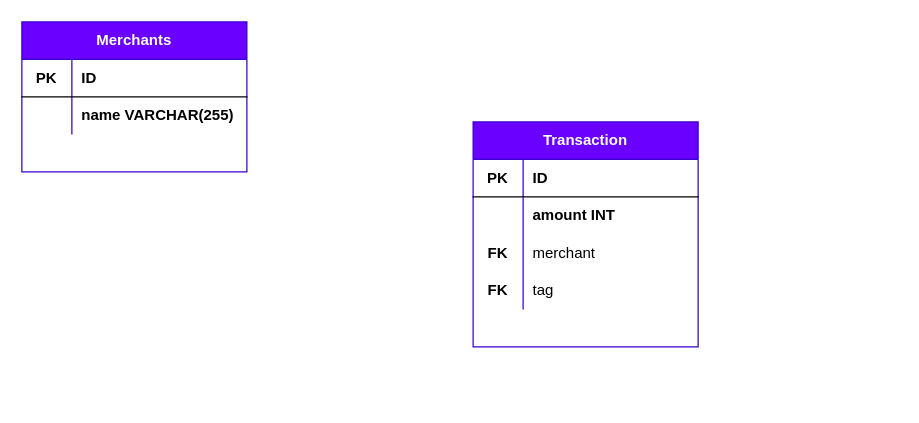
Earlier version of the draw.io diagram planning/planning.drawio (Astra-Gal/budgie_budget_python). Source tidied: cells renumbered, new cells numbered last; positions are measured from the earlier drawing's top-left corner, leaving out a move shared by most shapes. Both pictures are drawn from the tidied source at 125%, with x=0, y=0 at pixel (21, 21).
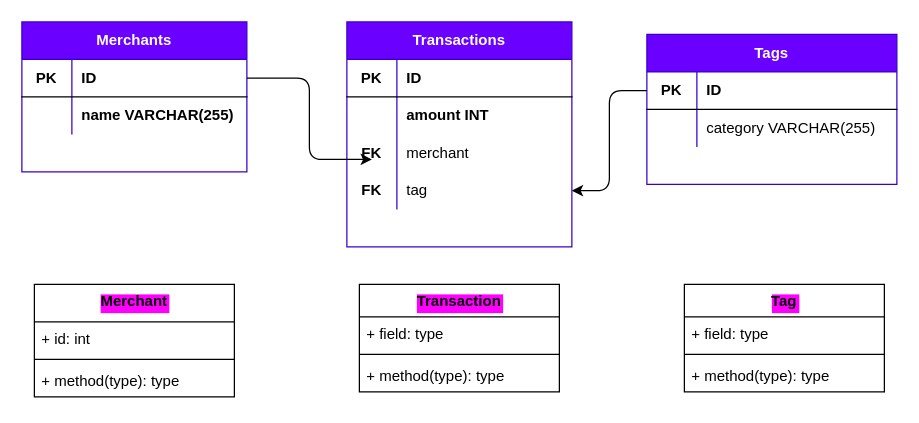
After the change.

Unchanged cells that the change refers to:
```xml
<mxCell id="3" style="shape=partialRectangle;html=1;whiteSpace=wrap;fillColor=none;top=0;left=0;bottom=1;right=0;points=[[0,0.5],[1,0.5]];portConstraint=eastwest;fontStyle=1;" parent="2" vertex="1">
  <mxGeometry y="30" width="180" height="30" as="geometry" />
</mxCell>
<mxCell id="19" style="shape=partialRectangle;html=1;whiteSpace=wrap;fillColor=none;top=0;left=0;bottom=0;right=0;points=[[0,0.5],[1,0.5]];portConstraint=eastwest;fontStyle=1;" parent="9" vertex="1">
  <mxGeometry y="120" width="180" height="30" as="geometry" />
</mxCell>
```

The edit, as a diff of the source:
```diff
@@
-    <mxCell id="9" value="Transaction" style="shape=table;html=1;whiteSpace=wrap;startSize=30;childLayout=tableLayout;rowLines=0;fontStyle=1;align=center;fillColor=#6a00ff;strokeColor=#3700CC;fontColor=#ffffff;" parent="1" vertex="1">
-      <mxGeometry x="361" y="80" width="180" height="180" as="geometry" />
+    <mxCell id="9" value="Transactions" style="shape=table;html=1;whiteSpace=wrap;startSize=30;childLayout=tableLayout;rowLines=0;fontStyle=1;align=center;fillColor=#6a00ff;strokeColor=#3700CC;fontColor=#ffffff;" parent="1" vertex="1">
+      <mxGeometry x="260" width="180" height="180" as="geometry" />
     </mxCell>
@@
+    <mxCell id="22" value="Tags" style="shape=table;html=1;whiteSpace=wrap;startSize=30;childLayout=tableLayout;rowLines=0;fontStyle=1;align=center;fillColor=#6a00ff;strokeColor=#3700CC;fontColor=#ffffff;" parent="1" vertex="1">
+      <mxGeometry x="500" y="10" width="200" height="120" as="geometry" />
+    </mxCell>
+    <mxCell id="23" style="shape=partialRectangle;html=1;whiteSpace=wrap;fillColor=none;top=0;left=0;bottom=1;right=0;points=[[0,0.5],[1,0.5]];portConstraint=eastwest;fontStyle=0;" parent="22" vertex="1">
+      <mxGeometry y="30" width="200" height="30" as="geometry" />
+    </mxCell>
+    <mxCell id="24" value="&lt;b&gt;PK&lt;/b&gt;" style="shape=partialRectangle;html=1;whiteSpace=wrap;fillColor=none;top=0;left=0;bottom=0;right=0;overflow=hidden;" parent="23" vertex="1">
+      <mxGeometry width="40" height="30" as="geometry" />
+    </mxCell>
+    <mxCell id="25" value="&lt;b&gt;ID&lt;/b&gt;" style="shape=partialRectangle;html=1;whiteSpace=wrap;fillColor=none;top=0;left=0;bottom=0;right=0;align=left;spacingLeft=6;overflow=hidden;" parent="23" vertex="1">
+      <mxGeometry x="40" width="160" height="30" as="geometry" />
+    </mxCell>
+    <mxCell id="26" style="shape=partialRectangle;html=1;whiteSpace=wrap;fillColor=none;top=0;left=0;bottom=0;right=0;" parent="22" vertex="1">
+      <mxGeometry y="60" width="200" height="30" as="geometry" />
+    </mxCell>
+    <mxCell id="27" style="shape=partialRectangle;html=1;whiteSpace=wrap;fillColor=none;top=0;left=0;bottom=0;right=0;overflow=hidden;" parent="26" vertex="1">
+      <mxGeometry width="40" height="30" as="geometry" />
+    </mxCell>
+    <mxCell id="28" value="category VARCHAR(255)" style="shape=partialRectangle;html=1;whiteSpace=wrap;fillColor=none;top=0;left=0;bottom=0;right=0;align=left;spacingLeft=6;overflow=hidden;" parent="26" vertex="1">
+      <mxGeometry x="40" width="160" height="30" as="geometry" />
+    </mxCell>
+    <mxCell id="29" style="edgeStyle=elbowEdgeStyle;elbow=horizontal;endArrow=classic;html=1;exitX=1;exitY=0.5;exitDx=0;exitDy=0;" parent="1" edge="1" source="3">
+      <mxGeometry relative="1" as="geometry">
+        <mxPoint x="280" y="110" as="targetPoint" />
+      </mxGeometry>
+    </mxCell>
+    <mxCell id="30" style="edgeStyle=elbowEdgeStyle;elbow=horizontal;endArrow=classic;html=1;exitX=0;exitY=0.5;exitDx=0;exitDy=0;entryX=1;entryY=0.5;entryDx=0;entryDy=0;" parent="1" edge="1" source="23" target="19">
+      <mxGeometry relative="1" as="geometry" />
+    </mxCell>
+    <mxCell id="31" value="Merchant" style="swimlane;fontStyle=1;align=center;verticalAlign=top;horizontal=1;startSize=30;labelBackgroundColor=#FF00FF;" parent="1" vertex="1">
+      <mxGeometry x="10" y="210" width="160" height="90" as="geometry" />
+    </mxCell>
+    <mxCell id="32" value="+ id: int" style="text;strokeColor=none;fillColor=none;align=left;verticalAlign=top;spacingLeft=4;spacingRight=4;overflow=hidden;" parent="31" vertex="1">
+      <mxGeometry y="30" width="160" height="26" as="geometry" />
+    </mxCell>
+    <mxCell id="33" style="line;strokeWidth=1;fillColor=none;align=left;verticalAlign=middle;spacingTop=-1;spacingLeft=3;spacingRight=3;labelPosition=right;" parent="31" vertex="1">
+      <mxGeometry y="56" width="160" height="8" as="geometry" />
+    </mxCell>
+    <mxCell id="34" value="+ method(type): type" style="text;strokeColor=none;fillColor=none;align=left;verticalAlign=top;spacingLeft=4;spacingRight=4;overflow=hidden;" parent="31" vertex="1">
+      <mxGeometry y="64" width="160" height="26" as="geometry" />
+    </mxCell>
+    <mxCell id="35" value="Transaction" style="swimlane;fontStyle=1;align=center;verticalAlign=top;horizontal=1;startSize=26;labelBackgroundColor=#FF00FF;" parent="1" vertex="1">
+      <mxGeometry x="270" y="210" width="160" height="86" as="geometry" />
+    </mxCell>
+    <mxCell id="36" value="+ field: type" style="text;strokeColor=none;fillColor=none;align=left;verticalAlign=top;spacingLeft=4;spacingRight=4;overflow=hidden;" parent="35" vertex="1">
+      <mxGeometry y="26" width="160" height="26" as="geometry" />
+    </mxCell>
+    <mxCell id="37" style="line;strokeWidth=1;fillColor=none;align=left;verticalAlign=middle;spacingTop=-1;spacingLeft=3;spacingRight=3;labelPosition=right;" parent="35" vertex="1">
+      <mxGeometry y="52" width="160" height="8" as="geometry" />
+    </mxCell>
+    <mxCell id="38" value="+ method(type): type" style="text;strokeColor=none;fillColor=none;align=left;verticalAlign=top;spacingLeft=4;spacingRight=4;overflow=hidden;" parent="35" vertex="1">
+      <mxGeometry y="60" width="160" height="26" as="geometry" />
+    </mxCell>
+    <mxCell id="39" value="Tag" style="swimlane;fontStyle=1;align=center;verticalAlign=top;horizontal=1;startSize=26;labelBackgroundColor=#FF00FF;" parent="1" vertex="1">
+      <mxGeometry x="530" y="210" width="160" height="86" as="geometry" />
+    </mxCell>
+    <mxCell id="40" value="+ field: type" style="text;strokeColor=none;fillColor=none;align=left;verticalAlign=top;spacingLeft=4;spacingRight=4;overflow=hidden;" parent="39" vertex="1">
+      <mxGeometry y="26" width="160" height="26" as="geometry" />
+    </mxCell>
+    <mxCell id="41" style="line;strokeWidth=1;fillColor=none;align=left;verticalAlign=middle;spacingTop=-1;spacingLeft=3;spacingRight=3;labelPosition=right;" parent="39" vertex="1">
+      <mxGeometry y="52" width="160" height="8" as="geometry" />
+    </mxCell>
+    <mxCell id="42" value="+ method(type): type" style="text;strokeColor=none;fillColor=none;align=left;verticalAlign=top;spacingLeft=4;spacingRight=4;overflow=hidden;" parent="39" vertex="1">
+      <mxGeometry y="60" width="160" height="26" as="geometry" />
+    </mxCell>
```
